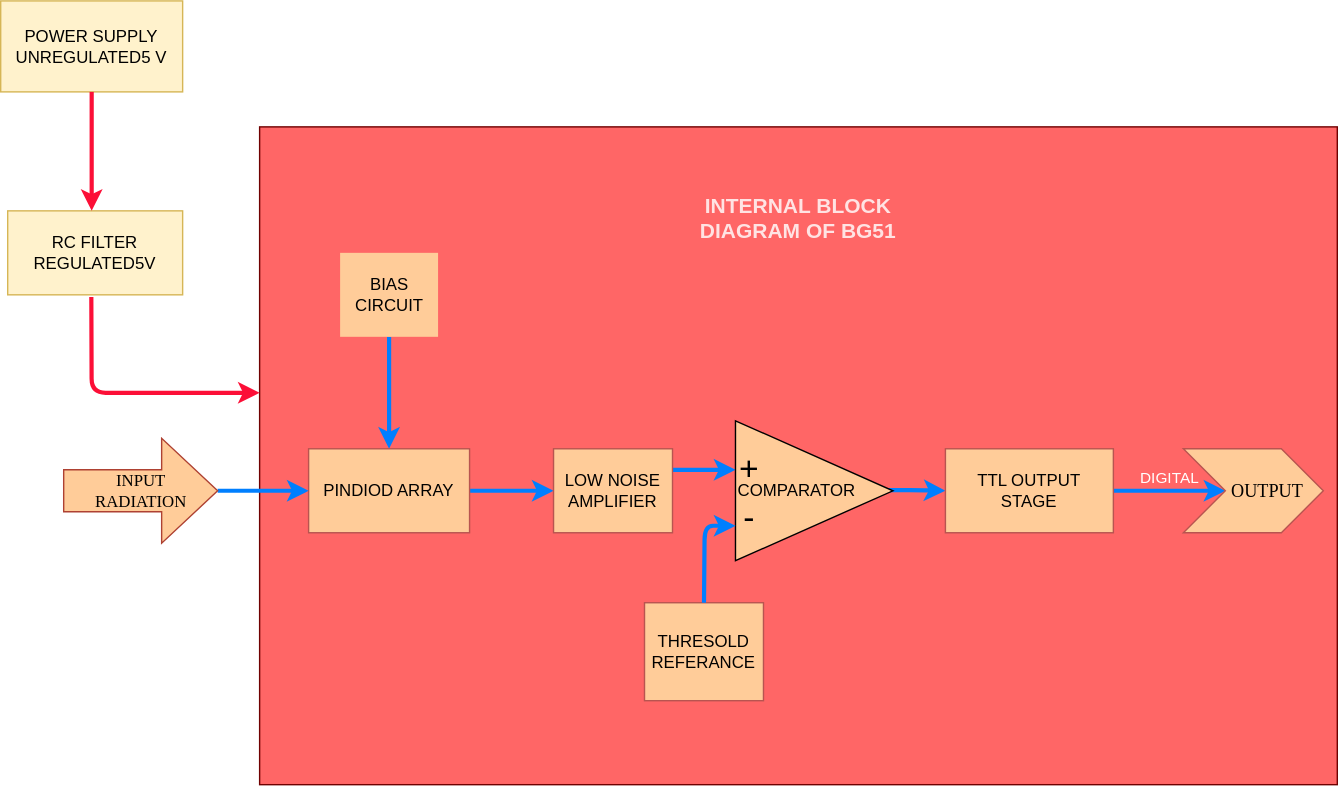
The draw.io diagram internal FBD.svg in vaishakh-v/NIRAMM, before a commit. Source tidied: cells renumbered, new cells last; positions are measured from the earlier drawing's top-left corner, leaving out a move shared by most shapes.
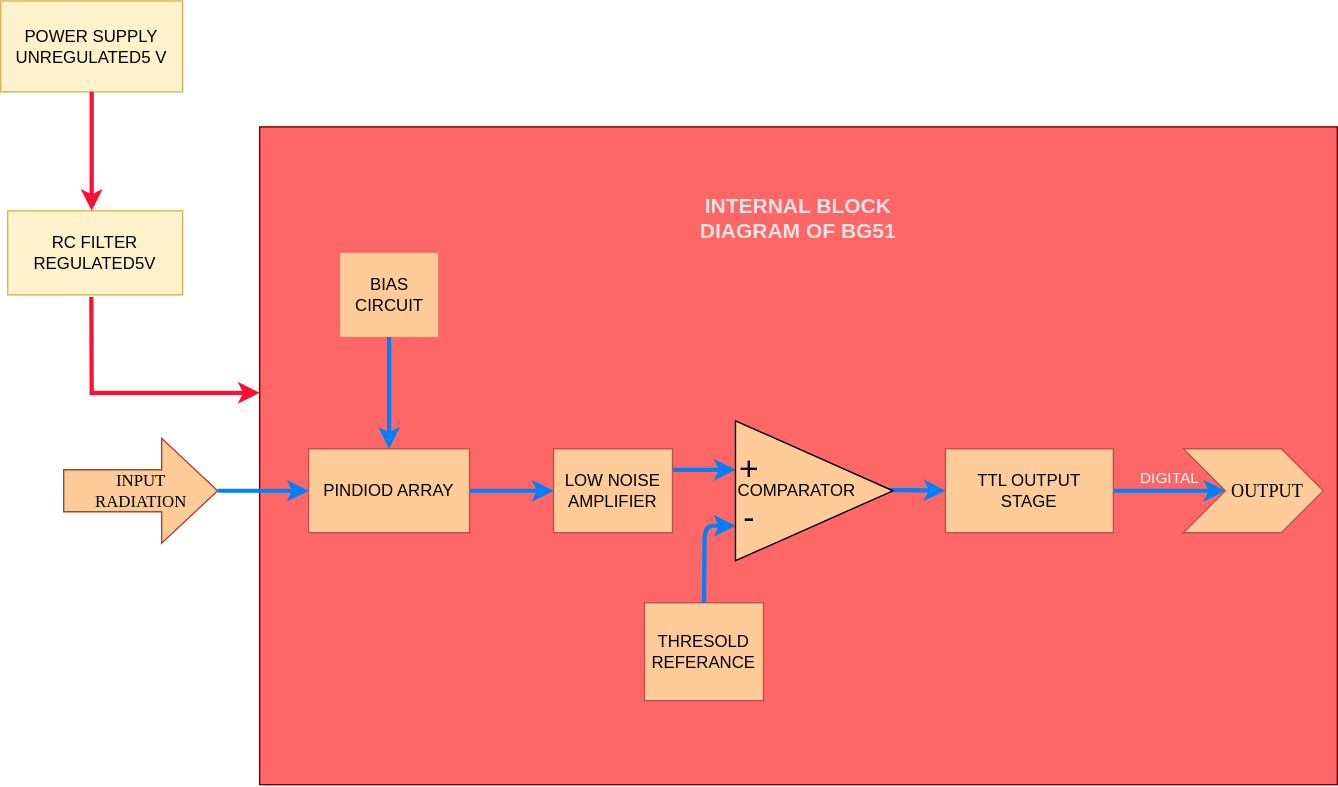
After the change.

What changed in the source:
```diff
@@ -77,7 +77,7 @@
         </Array>
       </mxGeometry>
     </mxCell>
-    <mxCell id="24" style="endArrow=classic;html=1;strokeColor=#FC0F37;strokeWidth=3;exitX=0.478;exitY=1.027;exitDx=0;exitDy=0;exitPerimeter=0;" parent="1" edge="1" source="22">
+    <mxCell id="24" style="endArrow=classic;html=1;strokeColor=#FC0F37;strokeWidth=3;exitX=0.478;exitY=1.027;exitDx=0;exitDy=0;exitPerimeter=0;rounded=0;" parent="1" edge="1" source="22">
       <mxGeometry relative="1" as="geometry">
         <mxPoint x="185" y="280" as="targetPoint" />
         <Array as="points">
```
